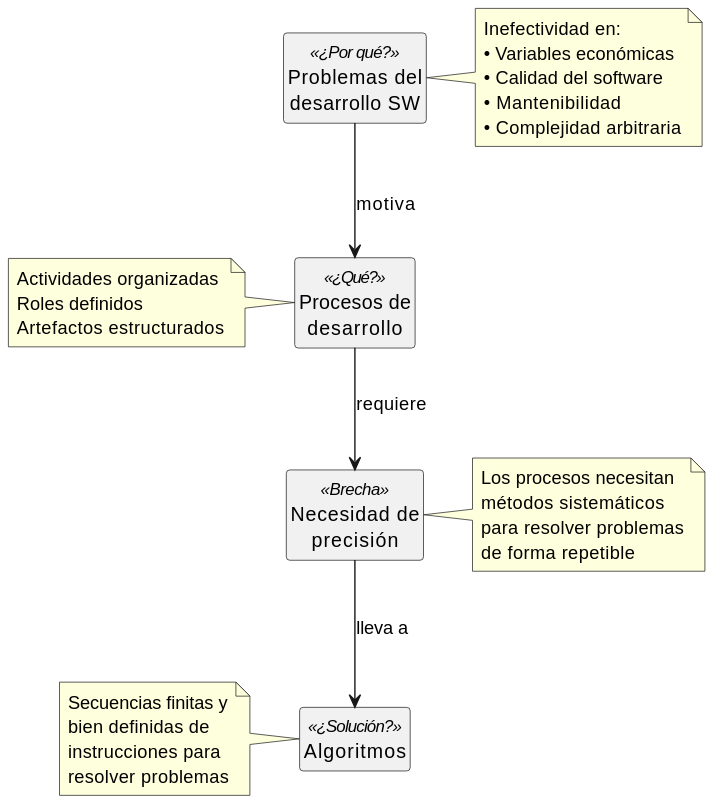
The PlantUML diagram images/modelosUML/procesoAAlgoritmo.svg in mmasias/PRG1, before a commit.
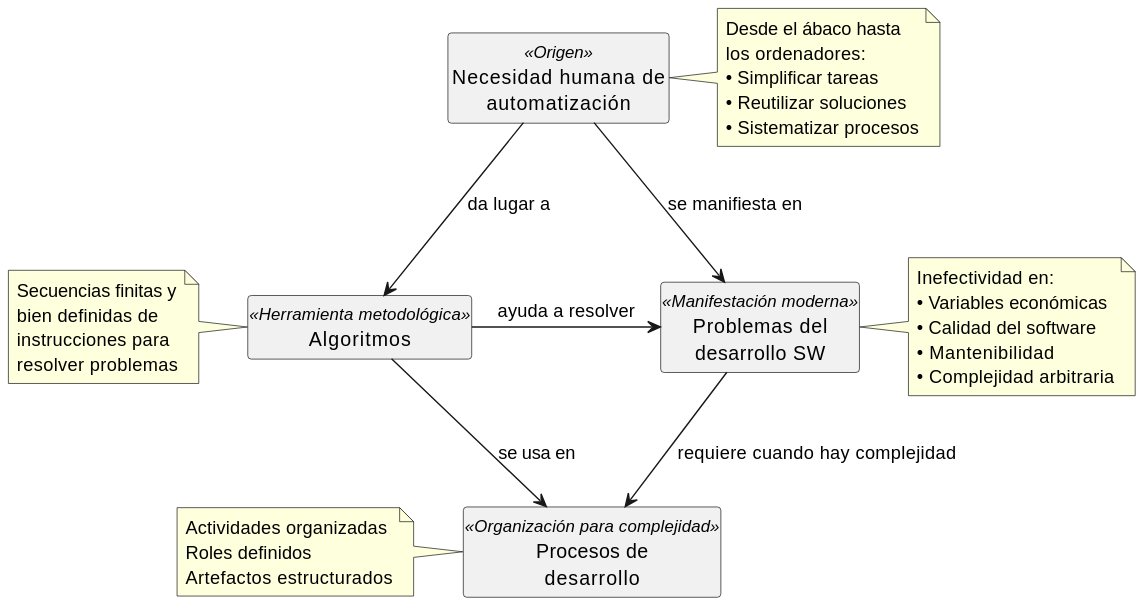
After the change.

Commit message:
docs: agregar secciones sobre disciplinas del software y procesos en el temario

What changed in the source:
```diff
@@ -2,7 +2,24 @@
 hide members
 hide circle
 
-class problema as "Problemas del\ndesarrollo SW" <<¿Por qué?>>
+class automatizacion as "Necesidad humana de\nautomatización" <<Origen>>
+note right
+Desde el ábaco hasta
+los ordenadores:
+• Simplificar tareas
+• Reutilizar soluciones
+• Sistematizar procesos
+end note
+
+class algoritmo as "Algoritmos" <<Herramienta metodológica>>
+note left
+Secuencias finitas y
+bien definidas de
+instrucciones para
+resolver problemas
+end note
+
+class problema as "Problemas del\ndesarrollo SW" <<Manifestación moderna>>
 note right
 Inefectividad en:
 • Variables económicas
@@ -11,30 +28,16 @@
 • Complejidad arbitraria
 end note
 
-class proceso as "Procesos de\ndesarrollo" <<¿Qué?>>
+class proceso as "Procesos de\ndesarrollo" <<Organización para complejidad>>
 note left
 Actividades organizadas
 Roles definidos
 Artefactos estructurados
 end note
 
-class necesidad as "Necesidad de\nprecisión" <<Brecha>>
-note right
-Los procesos necesitan
-métodos sistemáticos
-para resolver problemas
-de forma repetible
-end note
-
-class algoritmo as "Algoritmos" <<¿Solución?>>
-note left
-Secuencias finitas y
-bien definidas de
-instrucciones para
-resolver problemas
-end note
-
-problema -down-> proceso : "motiva"
-proceso -down-> necesidad : "requiere"
-necesidad -down-> algoritmo : "lleva a"
+automatizacion -down-> algoritmo : "da lugar a"
+automatizacion -down-> problema : "se manifiesta en"
+problema -down-> proceso : "requiere cuando hay complejidad"
+algoritmo -right-> problema : "ayuda a resolver"
+algoritmo -right-> proceso : "se usa en"
 @enduml
```
